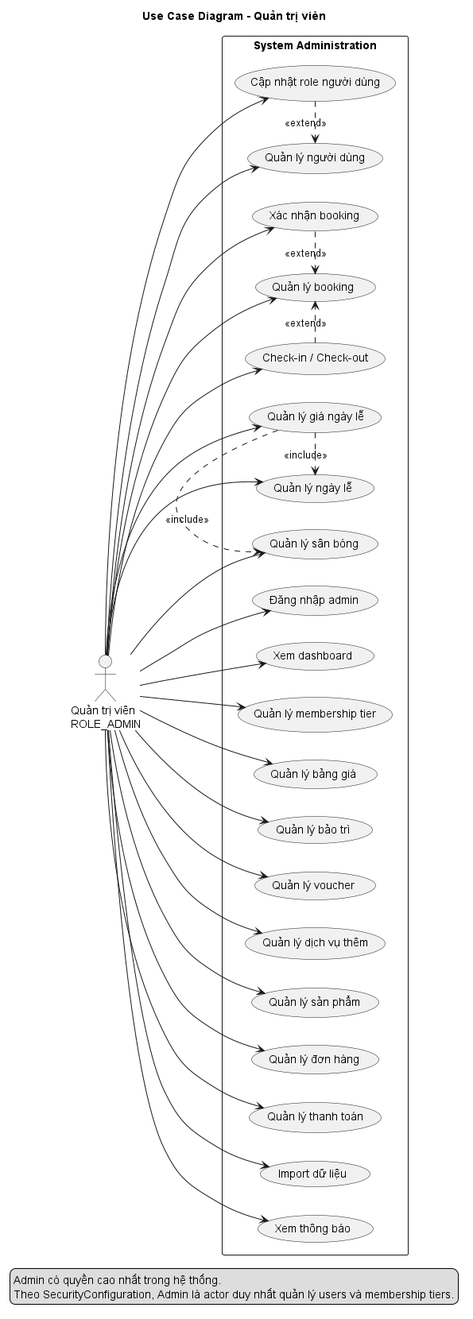
Above: docs/images/02d-use-case-admin/02d-use-case-admin.png in KyAnhhh/football-booking-system (PlantUML), before the change. The source it was exported from:
```plantuml
@startuml
title Use Case Diagram - Quản trị viên

left to right direction
skinparam shadowing false

actor "Quản trị viên\nROLE_ADMIN" as ADMIN

rectangle "System Administration" {
  usecase "Đăng nhập admin" as UC_LOGIN
  usecase "Xem dashboard" as UC_DASHBOARD
  usecase "Quản lý người dùng" as UC_USER
  usecase "Cập nhật role người dùng" as UC_ROLE
  usecase "Quản lý membership tier" as UC_MEMBERSHIP

  usecase "Quản lý booking" as UC_BOOKING
  usecase "Xác nhận booking" as UC_CONFIRM
  usecase "Check-in / Check-out" as UC_CHECK
  usecase "Quản lý sân bóng" as UC_FIELD
  usecase "Quản lý bảng giá" as UC_PRICING
  usecase "Quản lý giá ngày lễ" as UC_HOLIDAY_PRICING
  usecase "Quản lý bảo trì" as UC_MAINTENANCE
  usecase "Quản lý voucher" as UC_VOUCHER
  usecase "Quản lý dịch vụ thêm" as UC_EXTRA
  usecase "Quản lý ngày lễ" as UC_HOLIDAY

  usecase "Quản lý sản phẩm" as UC_PRODUCT
  usecase "Quản lý đơn hàng" as UC_ORDER
  usecase "Quản lý thanh toán" as UC_PAYMENT
  usecase "Import dữ liệu" as UC_IMPORT
  usecase "Xem thông báo" as UC_NOTIFICATION
}

ADMIN --> UC_LOGIN
ADMIN --> UC_DASHBOARD
ADMIN --> UC_USER
ADMIN --> UC_ROLE
ADMIN --> UC_MEMBERSHIP

ADMIN --> UC_BOOKING
ADMIN --> UC_CONFIRM
ADMIN --> UC_CHECK
ADMIN --> UC_FIELD
ADMIN --> UC_PRICING
ADMIN --> UC_HOLIDAY_PRICING
ADMIN --> UC_MAINTENANCE
ADMIN --> UC_VOUCHER
ADMIN --> UC_EXTRA
ADMIN --> UC_HOLIDAY

ADMIN --> UC_PRODUCT
ADMIN --> UC_ORDER
ADMIN --> UC_PAYMENT
ADMIN --> UC_IMPORT
ADMIN --> UC_NOTIFICATION

UC_ROLE .> UC_USER : <<extend>>
UC_CONFIRM .> UC_BOOKING : <<extend>>
UC_CHECK .> UC_BOOKING : <<extend>>
UC_HOLIDAY_PRICING .> UC_HOLIDAY : <<include>>
UC_HOLIDAY_PRICING .> UC_FIELD : <<include>>

legend bottom
  Admin có quyền cao nhất trong hệ thống.
  Theo SecurityConfiguration, Admin là actor duy nhất quản lý users và membership tiers.
endlegend

@enduml
```
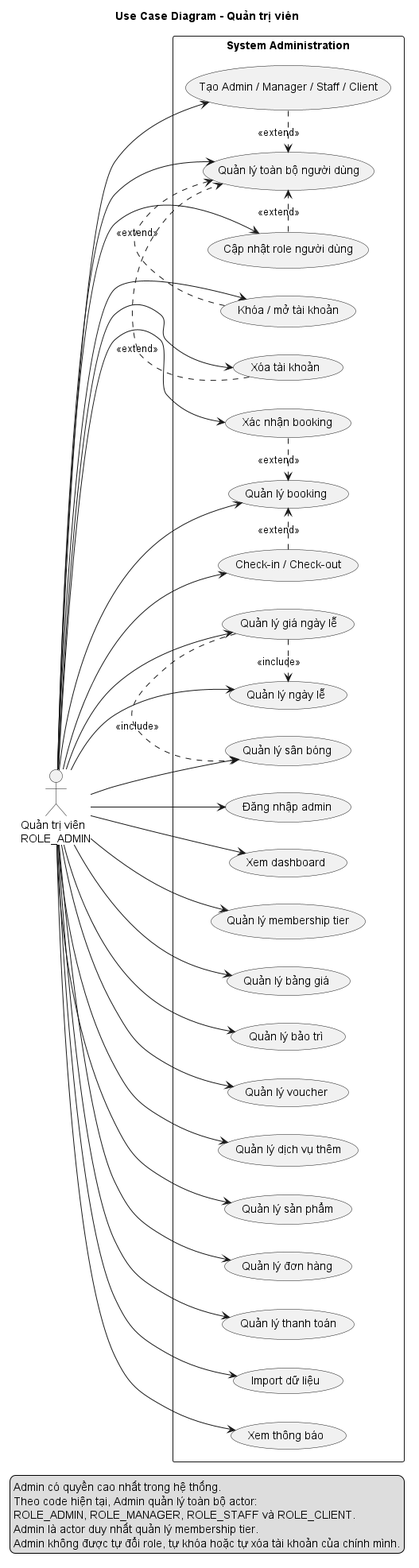
After the commit.

The edit, as a diff of the source:
```diff
@@ -9,8 +9,12 @@
 rectangle "System Administration" {
   usecase "Đăng nhập admin" as UC_LOGIN
   usecase "Xem dashboard" as UC_DASHBOARD
-  usecase "Quản lý người dùng" as UC_USER
+
+  usecase "Quản lý toàn bộ người dùng" as UC_USER
+  usecase "Tạo Admin / Manager / Staff / Client" as UC_CREATE_USER
   usecase "Cập nhật role người dùng" as UC_ROLE
+  usecase "Khóa / mở tài khoản" as UC_STATUS
+  usecase "Xóa tài khoản" as UC_DELETE_USER
   usecase "Quản lý membership tier" as UC_MEMBERSHIP
 
   usecase "Quản lý booking" as UC_BOOKING
@@ -34,7 +38,10 @@
 ADMIN --> UC_LOGIN
 ADMIN --> UC_DASHBOARD
 ADMIN --> UC_USER
+ADMIN --> UC_CREATE_USER
 ADMIN --> UC_ROLE
+ADMIN --> UC_STATUS
+ADMIN --> UC_DELETE_USER
 ADMIN --> UC_MEMBERSHIP
 
 ADMIN --> UC_BOOKING
@@ -54,7 +61,10 @@
 ADMIN --> UC_IMPORT
 ADMIN --> UC_NOTIFICATION
 
+UC_CREATE_USER .> UC_USER : <<extend>>
 UC_ROLE .> UC_USER : <<extend>>
+UC_STATUS .> UC_USER : <<extend>>
+UC_DELETE_USER .> UC_USER : <<extend>>
 UC_CONFIRM .> UC_BOOKING : <<extend>>
 UC_CHECK .> UC_BOOKING : <<extend>>
 UC_HOLIDAY_PRICING .> UC_HOLIDAY : <<include>>
@@ -62,7 +72,10 @@
 
 legend bottom
   Admin có quyền cao nhất trong hệ thống.
-  Theo SecurityConfiguration, Admin là actor duy nhất quản lý users và membership tiers.
+  Theo code hiện tại, Admin quản lý toàn bộ actor:
+  ROLE_ADMIN, ROLE_MANAGER, ROLE_STAFF và ROLE_CLIENT.
+  Admin là actor duy nhất quản lý membership tier.
+  Admin không được tự đổi role, tự khóa hoặc tự xóa tài khoản của chính mình.
 endlegend
 
 @enduml
```
